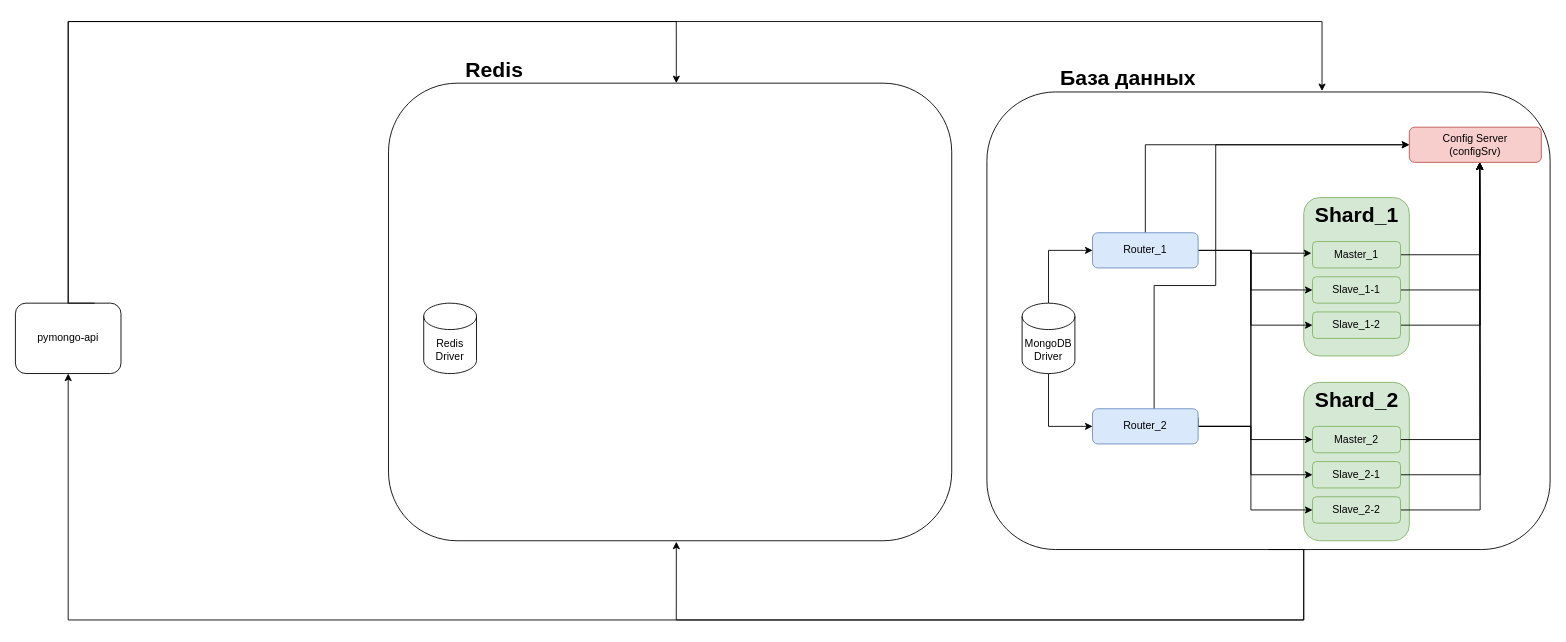
The draw.io diagram page "sprint_2: task_1.3" (4 of 4) of task1.drawio in fireflysmk/architecture-sprint-2, before the edit. Source tidied: cells renumbered, new cells numbered last; positions are measured from the earlier drawing's top-left corner, leaving out a move shared by most shapes. Both pictures are drawn from the tidied source at 88%, with x=0, y=0 at pixel (15, 21).
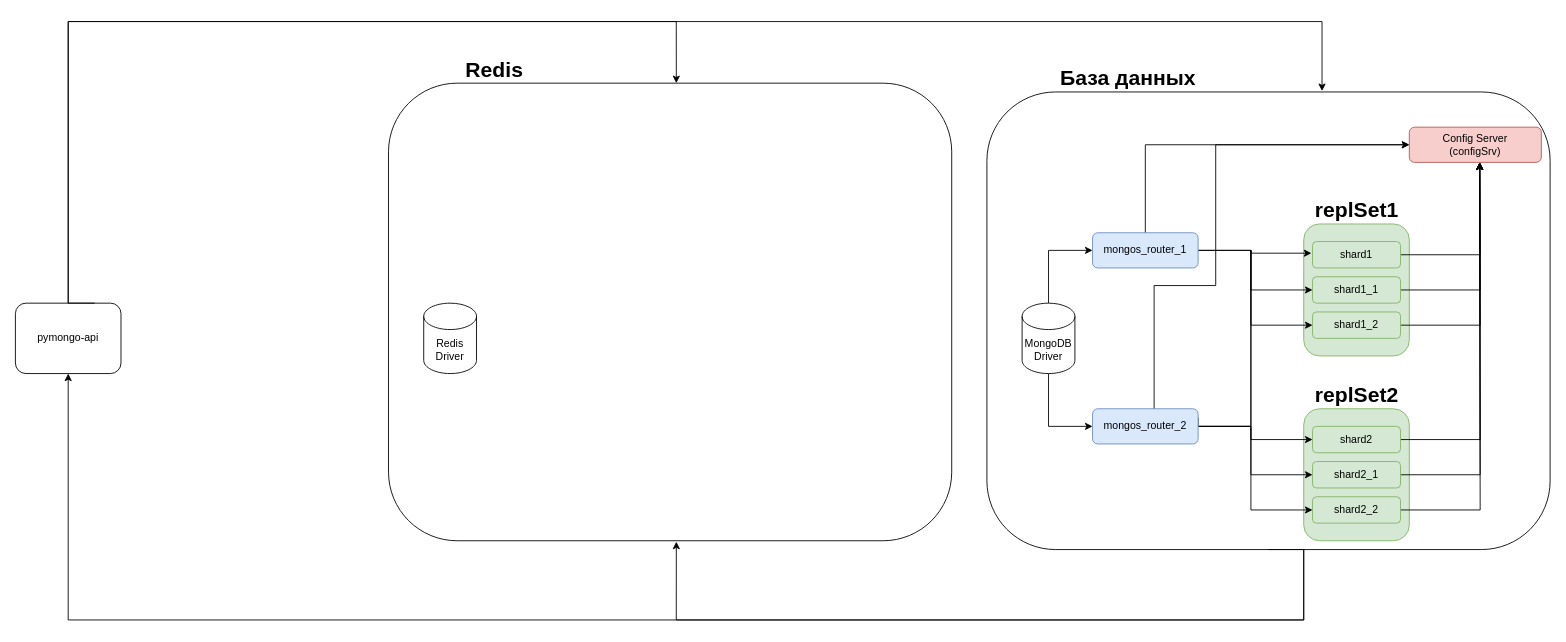
The same page after the edit.

What changed in the source:
```diff
@@
     <mxCell id="9" value="&lt;div&gt;&lt;br&gt;&lt;/div&gt;" style="rounded=1;whiteSpace=wrap;html=1;fillColor=#d5e8d4;strokeColor=#82b366;" parent="1" vertex="1">
-      <mxGeometry x="1464" y="200" width="120" height="180" as="geometry" />
+      <mxGeometry x="1464" y="230" width="120" height="150" as="geometry" />
     </mxCell>
     <mxCell id="10" style="rounded=1;whiteSpace=wrap;html=1;fillColor=#d5e8d4;strokeColor=#82b366;" parent="1" vertex="1">
-      <mxGeometry x="1464" y="410" width="120" height="180" as="geometry" />
+      <mxGeometry x="1464" y="440" width="120" height="150" as="geometry" />
     </mxCell>
@@
-    <mxCell id="14" value="Router_1" style="rounded=1;whiteSpace=wrap;html=1;fillColor=#dae8fc;strokeColor=#6c8ebf;" parent="1" vertex="1">
+    <mxCell id="14" value="mongos_router_1" style="rounded=1;whiteSpace=wrap;html=1;fillColor=#dae8fc;strokeColor=#6c8ebf;" parent="1" vertex="1">
       <mxGeometry x="1224" y="240" width="120" height="40" as="geometry" />
     </mxCell>
@@
-    <mxCell id="19" value="Router_2" style="rounded=1;whiteSpace=wrap;html=1;fillColor=#dae8fc;strokeColor=#6c8ebf;" parent="1" vertex="1">
+    <mxCell id="19" value="mongos_router_2" style="rounded=1;whiteSpace=wrap;html=1;fillColor=#dae8fc;strokeColor=#6c8ebf;" parent="1" vertex="1">
       <mxGeometry x="1224" y="440" width="120" height="40" as="geometry" />
     </mxCell>
@@
-    <mxCell id="21" value="Shard_1" style="text;strokeColor=none;fillColor=none;html=1;fontSize=24;fontStyle=1;verticalAlign=middle;align=center;" parent="1" vertex="1">
-      <mxGeometry x="1474" y="210" width="100" height="20" as="geometry" />
-    </mxCell>
@@
-    <mxCell id="23" value="Master_1" style="rounded=1;whiteSpace=wrap;html=1;fillColor=#d5e8d4;strokeColor=#82b366;" parent="1" vertex="1">
+    <mxCell id="23" value="shard1" style="rounded=1;whiteSpace=wrap;html=1;fillColor=#d5e8d4;strokeColor=#82b366;" parent="1" vertex="1">
       <mxGeometry x="1474" y="250" width="100" height="30" as="geometry" />
     </mxCell>
@@
-    <mxCell id="25" value="Slave_1-1" style="rounded=1;whiteSpace=wrap;html=1;fillColor=#d5e8d4;strokeColor=#82b366;" parent="1" vertex="1">
+    <mxCell id="25" value="shard1_1" style="rounded=1;whiteSpace=wrap;html=1;fillColor=#d5e8d4;strokeColor=#82b366;" parent="1" vertex="1">
       <mxGeometry x="1474" y="290" width="100" height="30" as="geometry" />
     </mxCell>
@@
-    <mxCell id="27" value="Slave_1-2" style="rounded=1;whiteSpace=wrap;html=1;fillColor=#d5e8d4;strokeColor=#82b366;" parent="1" vertex="1">
+    <mxCell id="27" value="shard1_2" style="rounded=1;whiteSpace=wrap;html=1;fillColor=#d5e8d4;strokeColor=#82b366;" parent="1" vertex="1">
       <mxGeometry x="1474" y="330" width="100" height="30" as="geometry" />
     </mxCell>
@@
-    <mxCell id="29" value="Master_2" style="rounded=1;whiteSpace=wrap;html=1;fillColor=#d5e8d4;strokeColor=#82b366;" parent="1" vertex="1">
+    <mxCell id="29" value="shard2" style="rounded=1;whiteSpace=wrap;html=1;fillColor=#d5e8d4;strokeColor=#82b366;" parent="1" vertex="1">
       <mxGeometry x="1474" y="460" width="100" height="30" as="geometry" />
     </mxCell>
-    <mxCell id="30" value="Shard_2" style="text;strokeColor=none;fillColor=none;html=1;fontSize=24;fontStyle=1;verticalAlign=middle;align=center;" parent="1" vertex="1">
-      <mxGeometry x="1474" y="420" width="100" height="20" as="geometry" />
-    </mxCell>
@@
-    <mxCell id="32" value="Slave_2-1" style="rounded=1;whiteSpace=wrap;html=1;fillColor=#d5e8d4;strokeColor=#82b366;" parent="1" vertex="1">
+    <mxCell id="32" value="shard2_1" style="rounded=1;whiteSpace=wrap;html=1;fillColor=#d5e8d4;strokeColor=#82b366;" parent="1" vertex="1">
       <mxGeometry x="1474" y="500" width="100" height="30" as="geometry" />
     </mxCell>
@@
-    <mxCell id="34" value="Slave_2-2" style="rounded=1;whiteSpace=wrap;html=1;fillColor=#d5e8d4;strokeColor=#82b366;" parent="1" vertex="1">
+    <mxCell id="34" value="shard2_2" style="rounded=1;whiteSpace=wrap;html=1;fillColor=#d5e8d4;strokeColor=#82b366;" parent="1" vertex="1">
       <mxGeometry x="1474" y="540" width="100" height="30" as="geometry" />
     </mxCell>
@@
+    <mxCell id="43" value="replSet2" style="text;strokeColor=none;fillColor=none;html=1;fontSize=24;fontStyle=1;verticalAlign=middle;align=center;" parent="1" vertex="1">
+      <mxGeometry x="1474" y="420" width="100" height="10" as="geometry" />
+    </mxCell>
+    <mxCell id="44" value="replSet1" style="text;strokeColor=none;fillColor=none;html=1;fontSize=24;fontStyle=1;verticalAlign=middle;align=center;" parent="1" vertex="1">
+      <mxGeometry x="1474" y="210" width="100" height="10" as="geometry" />
+    </mxCell>
```
